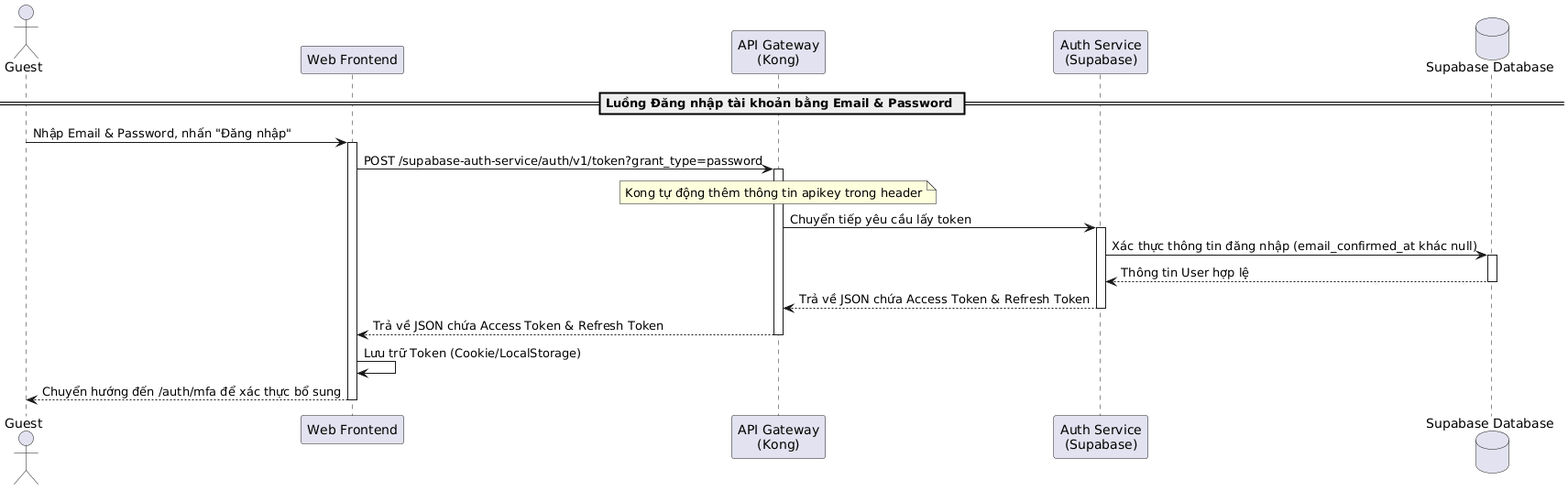
Above: latex/contents/Sequence/UML-Sequence-UserEmailPasswordLogin.png in 20206205Tech/docs-latex (PlantUML), before the change.
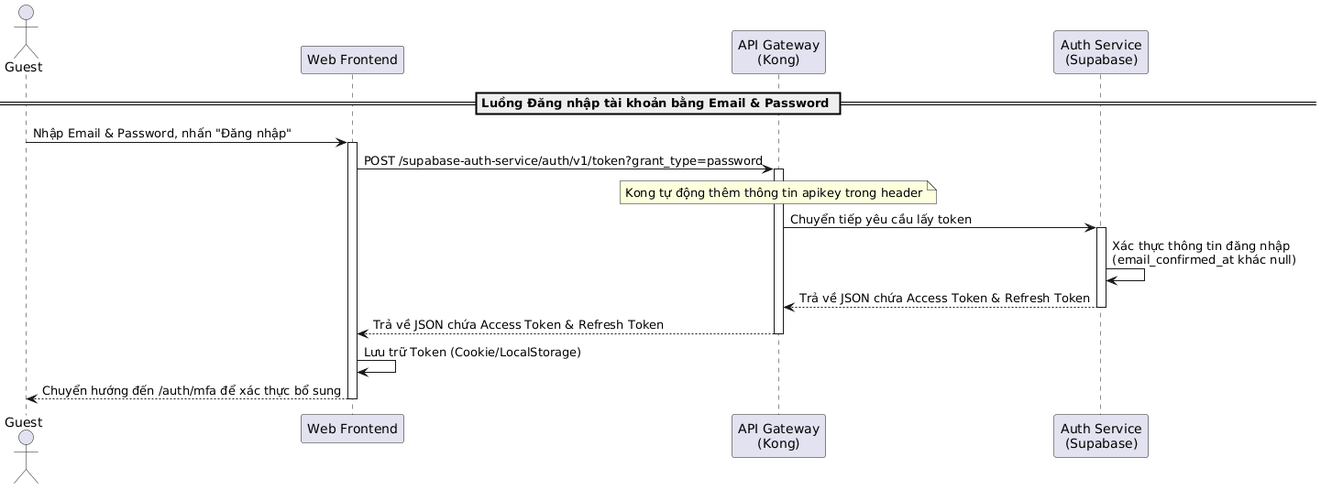
The same file after the commit.

Change to the diagram source:
```diff
@@ -3,7 +3,6 @@
 participant "Web Frontend" as Frontend
 participant "API Gateway\n(Kong)" as Kong
 participant "Auth Service\n(Supabase)" as AuthService
-database "Supabase Database" as DB
 
 == Luồng Đăng nhập tài khoản bằng Email & Password ==
 Guest -> Frontend: Nhập Email & Password, nhấn "Đăng nhập"
@@ -12,16 +11,15 @@
 Frontend -> Kong: POST /supabase-auth-service/auth/v1/token?grant_type=password
 activate Kong
 note over Kong: Kong tự động thêm thông tin apikey trong header
+
 Kong -> AuthService: Chuyển tiếp yêu cầu lấy token
 activate AuthService
 
-AuthService -> DB: Xác thực thông tin đăng nhập (email_confirmed_at khác null)
-activate DB
-DB --> AuthService: Thông tin User hợp lệ
-deactivate DB
+AuthService -> AuthService: Xác thực thông tin đăng nhập\n(email_confirmed_at khác null)
 
 AuthService --> Kong: Trả về JSON chứa Access Token & Refresh Token
 deactivate AuthService
+
 Kong --> Frontend: Trả về JSON chứa Access Token & Refresh Token
 deactivate Kong
 
```
